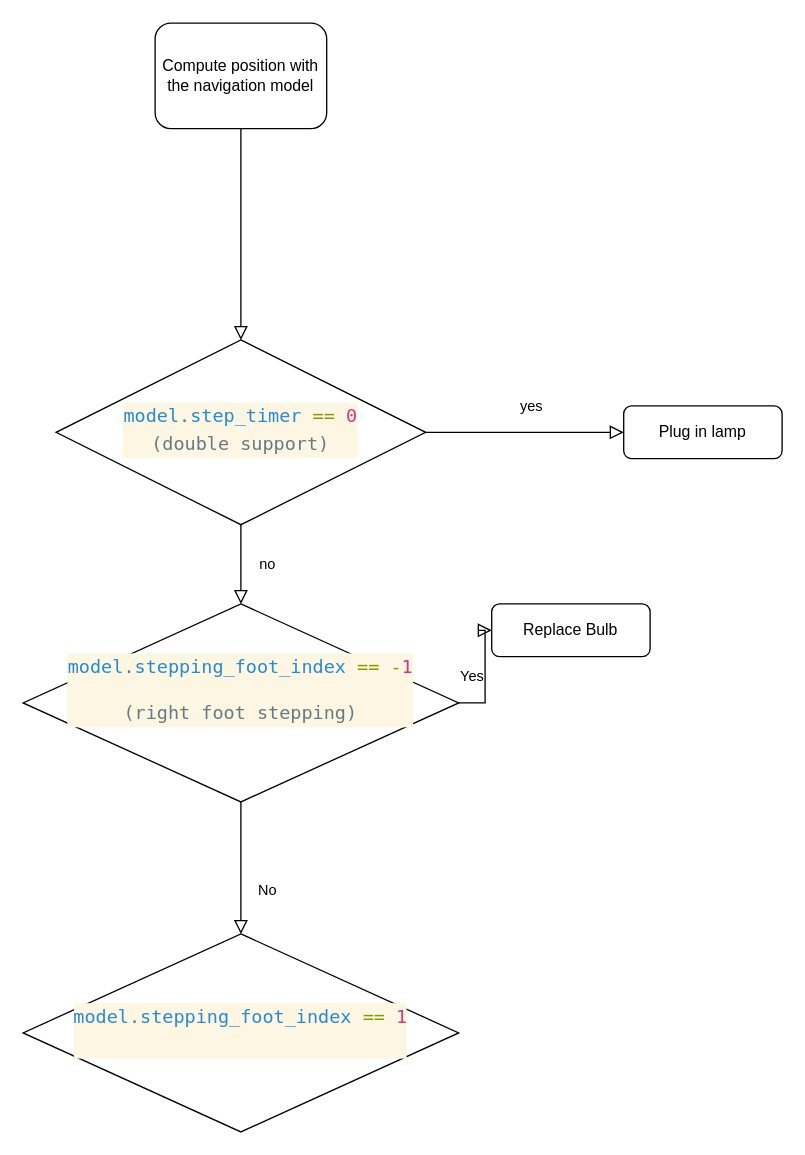
Before: Untitled Diagram.drawio in ThoChat/jupedsim_test_sandbox, a draw.io diagram. Source tidied: cells renumbered, new cells numbered last; positions are measured from the earlier drawing's top-left corner, leaving out a move shared by most shapes. Both pictures are drawn from the tidied source at 132%, with x=0, y=0 at pixel (22, 22).
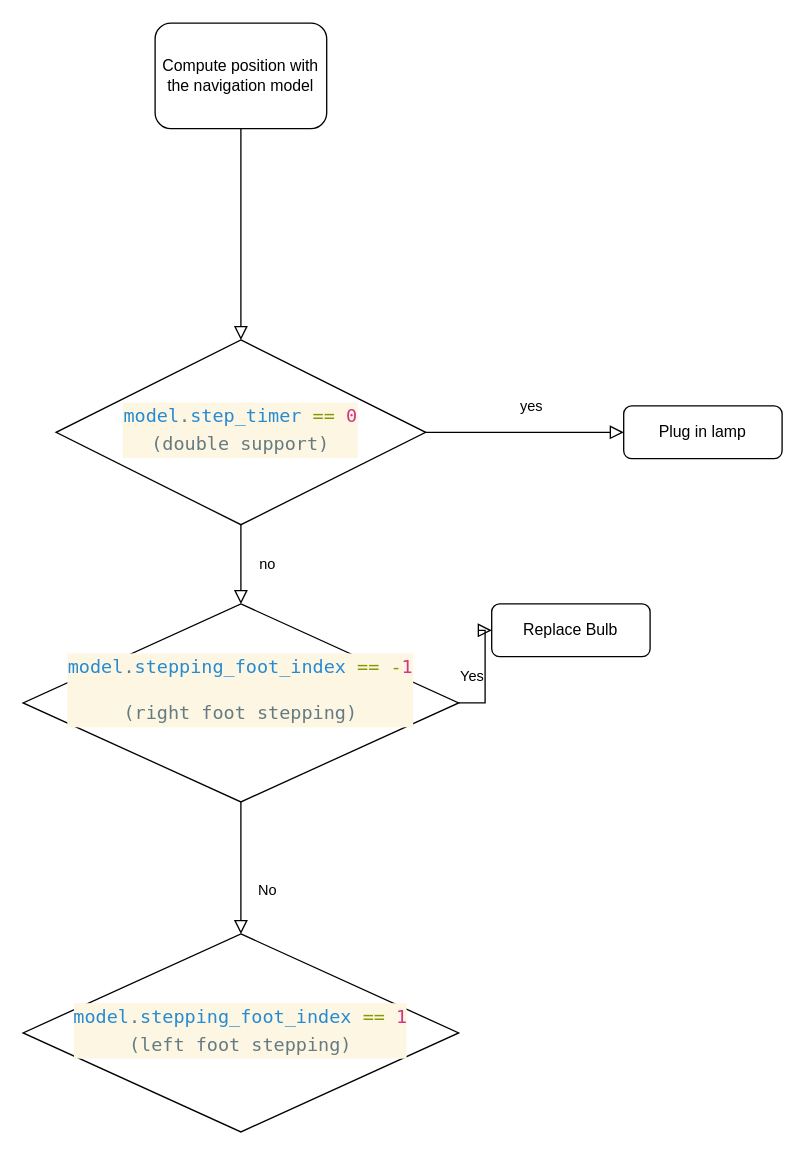
After the change.

Change to the diagram source:
```diff
@@
 <mxGraphModel>
   <root>
     <mxCell id="0" />
     <mxCell id="1" parent="0" />
     <mxCell id="2" style="rounded=0;html=1;jettySize=auto;fontSize=11;endArrow=block;endFill=0;endSize=8;strokeWidth=1;shadow=0;labelBackgroundColor=none;edgeStyle=orthogonalEdgeStyle;" parent="1" edge="1" source="3" target="6">
       <mxGeometry relative="1" as="geometry" />
     </mxCell>
     <mxCell id="3" value="&lt;div&gt;Compute position with the navigation model&lt;/div&gt;" style="rounded=1;whiteSpace=wrap;html=1;fontSize=12;glass=0;strokeWidth=1;shadow=0;" parent="1" vertex="1">
       <mxGeometry x="100" width="130" height="80" as="geometry" />
     </mxCell>
     <mxCell id="4" value="no" style="rounded=0;html=1;jettySize=auto;fontSize=11;endArrow=block;endFill=0;endSize=8;strokeWidth=1;shadow=0;labelBackgroundColor=none;edgeStyle=orthogonalEdgeStyle;" parent="1" edge="1" source="6" target="10">
       <mxGeometry y="20" relative="1" as="geometry" />
     </mxCell>
     <mxCell id="5" value="yes" style="edgeStyle=orthogonalEdgeStyle;rounded=0;html=1;jettySize=auto;fontSize=11;endArrow=block;endFill=0;endSize=8;strokeWidth=1;shadow=0;labelBackgroundColor=none;" parent="1" edge="1" source="6" target="7">
       <mxGeometry x="0.07" y="20" relative="1" as="geometry" />
     </mxCell>
     <mxCell id="6" value="&lt;div style=&quot;color: rgb(101, 123, 131); background-color: rgb(253, 246, 227); font-family: Menlo, Monaco, &amp;quot;Courier New&amp;quot;, monospace; font-weight: normal; font-size: 14px; line-height: 21px; white-space: pre;&quot;&gt;&lt;div&gt;&lt;span style=&quot;color: rgb(38, 139, 210);&quot;&gt;model&lt;/span&gt;&lt;span style=&quot;color: rgb(101, 123, 131);&quot;&gt;.&lt;/span&gt;&lt;span style=&quot;color: rgb(38, 139, 210);&quot;&gt;step_timer&lt;/span&gt;&lt;span style=&quot;color: rgb(101, 123, 131);&quot;&gt; &lt;/span&gt;&lt;span style=&quot;color: rgb(133, 153, 0);&quot;&gt;==&lt;/span&gt;&lt;span style=&quot;color: rgb(101, 123, 131);&quot;&gt; &lt;/span&gt;&lt;span style=&quot;color: rgb(211, 54, 130);&quot;&gt;0&lt;/span&gt;&lt;/div&gt;&lt;div&gt;(double support)&lt;/div&gt;&lt;/div&gt;" style="rhombus;whiteSpace=wrap;html=1;shadow=0;fontFamily=Helvetica;fontSize=12;align=center;strokeWidth=1;spacing=6;spacingTop=-4;" parent="1" vertex="1">
       <mxGeometry x="25" y="240" width="280" height="140" as="geometry" />
     </mxCell>
     <mxCell id="7" value="Plug in lamp" style="rounded=1;whiteSpace=wrap;html=1;fontSize=12;glass=0;strokeWidth=1;shadow=0;" parent="1" vertex="1">
       <mxGeometry x="455" y="290" width="120" height="40" as="geometry" />
     </mxCell>
     <mxCell id="8" value="No" style="rounded=0;html=1;jettySize=auto;fontSize=11;endArrow=block;endFill=0;endSize=8;strokeWidth=1;shadow=0;labelBackgroundColor=none;edgeStyle=orthogonalEdgeStyle;entryX=0.5;entryY=0;entryDx=0;entryDy=0;" parent="1" edge="1" source="10" target="12">
       <mxGeometry x="0.33" y="20" relative="1" as="geometry" />
     </mxCell>
     <mxCell id="9" value="Yes" style="edgeStyle=orthogonalEdgeStyle;rounded=0;html=1;jettySize=auto;fontSize=11;endArrow=block;endFill=0;endSize=8;strokeWidth=1;shadow=0;labelBackgroundColor=none;" parent="1" edge="1" source="10" target="11">
       <mxGeometry y="10" relative="1" as="geometry" />
     </mxCell>
     <mxCell id="10" value="&lt;div style=&quot;color: rgb(101, 123, 131); background-color: rgb(253, 246, 227); font-family: Menlo, Monaco, &amp;quot;Courier New&amp;quot;, monospace; font-weight: normal; font-size: 14px; line-height: 21px; white-space: pre;&quot;&gt;&lt;p&gt;&lt;span style=&quot;color: rgb(38, 139, 210);&quot;&gt;&lt;/span&gt;&lt;span style=&quot;color: rgb(38, 139, 210);&quot;&gt;model&lt;/span&gt;&lt;span style=&quot;color: rgb(101, 123, 131);&quot;&gt;.&lt;/span&gt;&lt;span style=&quot;color: rgb(38, 139, 210);&quot;&gt;stepping_foot_index&lt;/span&gt;&lt;span style=&quot;color: rgb(101, 123, 131);&quot;&gt; &lt;/span&gt;&lt;span style=&quot;color: rgb(133, 153, 0);&quot;&gt;==&lt;/span&gt;&lt;span style=&quot;color: rgb(101, 123, 131);&quot;&gt; &lt;/span&gt;&lt;span style=&quot;color: rgb(133, 153, 0);&quot;&gt;-&lt;/span&gt;&lt;span style=&quot;color: rgb(211, 54, 130);&quot;&gt;1&lt;/span&gt;&lt;/p&gt;&lt;p&gt;(right foot stepping)&lt;/p&gt;&lt;/div&gt;&lt;div&gt;&lt;br&gt;&lt;/div&gt;" style="rhombus;whiteSpace=wrap;html=1;shadow=0;fontFamily=Helvetica;fontSize=12;align=center;strokeWidth=1;spacing=6;spacingTop=-4;" parent="1" vertex="1">
       <mxGeometry y="440" width="330" height="150" as="geometry" />
     </mxCell>
     <mxCell id="11" value="Replace Bulb" style="rounded=1;whiteSpace=wrap;html=1;fontSize=12;glass=0;strokeWidth=1;shadow=0;" parent="1" vertex="1">
       <mxGeometry x="355" y="440" width="120" height="40" as="geometry" />
     </mxCell>
-    <mxCell id="12" value="&lt;div style=&quot;color: rgb(101, 123, 131); background-color: rgb(253, 246, 227); font-family: Menlo, Monaco, &amp;quot;Courier New&amp;quot;, monospace; font-weight: normal; font-size: 14px; line-height: 21px; white-space: pre;&quot;&gt;&lt;div&gt;&lt;span style=&quot;color: rgb(38, 139, 210);&quot;&gt;model&lt;/span&gt;&lt;span style=&quot;color: rgb(101, 123, 131);&quot;&gt;.&lt;/span&gt;&lt;span style=&quot;color: rgb(38, 139, 210);&quot;&gt;stepping_foot_index&lt;/span&gt;&lt;span style=&quot;color: rgb(101, 123, 131);&quot;&gt; &lt;/span&gt;&lt;span style=&quot;color: rgb(133, 153, 0);&quot;&gt;==&lt;/span&gt;&lt;span style=&quot;color: rgb(101, 123, 131);&quot;&gt; &lt;/span&gt;&lt;span style=&quot;color: rgb(211, 54, 130);&quot;&gt;1&lt;/span&gt;&lt;br&gt;&lt;/div&gt;&lt;div&gt;&lt;br&gt;&lt;/div&gt;&lt;/div&gt;" style="rhombus;whiteSpace=wrap;html=1;shadow=0;fontFamily=Helvetica;fontSize=12;align=center;strokeWidth=1;spacing=6;spacingTop=-4;" parent="1" vertex="1">
+    <mxCell id="12" value="&lt;div style=&quot;color: rgb(101, 123, 131); background-color: rgb(253, 246, 227); font-family: Menlo, Monaco, &amp;quot;Courier New&amp;quot;, monospace; font-weight: normal; font-size: 14px; line-height: 21px; white-space: pre;&quot;&gt;&lt;div&gt;&lt;span style=&quot;color: rgb(38, 139, 210);&quot;&gt;model&lt;/span&gt;&lt;span style=&quot;color: rgb(101, 123, 131);&quot;&gt;.&lt;/span&gt;&lt;span style=&quot;color: rgb(38, 139, 210);&quot;&gt;stepping_foot_index&lt;/span&gt;&lt;span style=&quot;color: rgb(101, 123, 131);&quot;&gt; &lt;/span&gt;&lt;span style=&quot;color: rgb(133, 153, 0);&quot;&gt;==&lt;/span&gt;&lt;span style=&quot;color: rgb(101, 123, 131);&quot;&gt; &lt;/span&gt;&lt;span style=&quot;color: rgb(211, 54, 130);&quot;&gt;1&lt;/span&gt;&lt;br&gt;&lt;/div&gt;&lt;div&gt;(left foot stepping)&lt;/div&gt;&lt;/div&gt;" style="rhombus;whiteSpace=wrap;html=1;shadow=0;fontFamily=Helvetica;fontSize=12;align=center;strokeWidth=1;spacing=6;spacingTop=-4;" parent="1" vertex="1">
       <mxGeometry y="690" width="330" height="150" as="geometry" />
     </mxCell>
   </root>
 </mxGraphModel>
```
